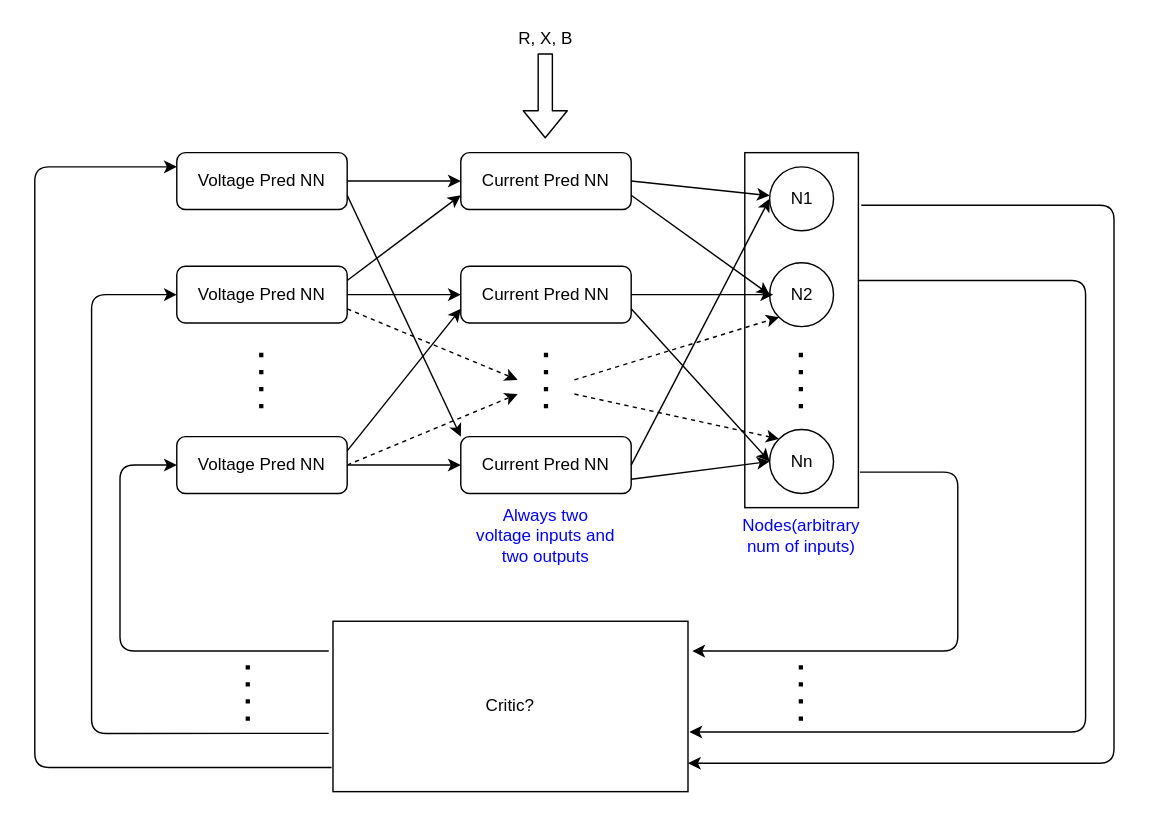
Before: Untitled Diagram.drawio in tanushBee/hello-world, a draw.io diagram. Source tidied: cells renumbered, new cells numbered last; positions are measured from the earlier drawing's top-left corner, leaving out a move shared by most shapes. Both pictures are drawn from the tidied source at 142%, with x=0, y=0 at pixel (34, 24).
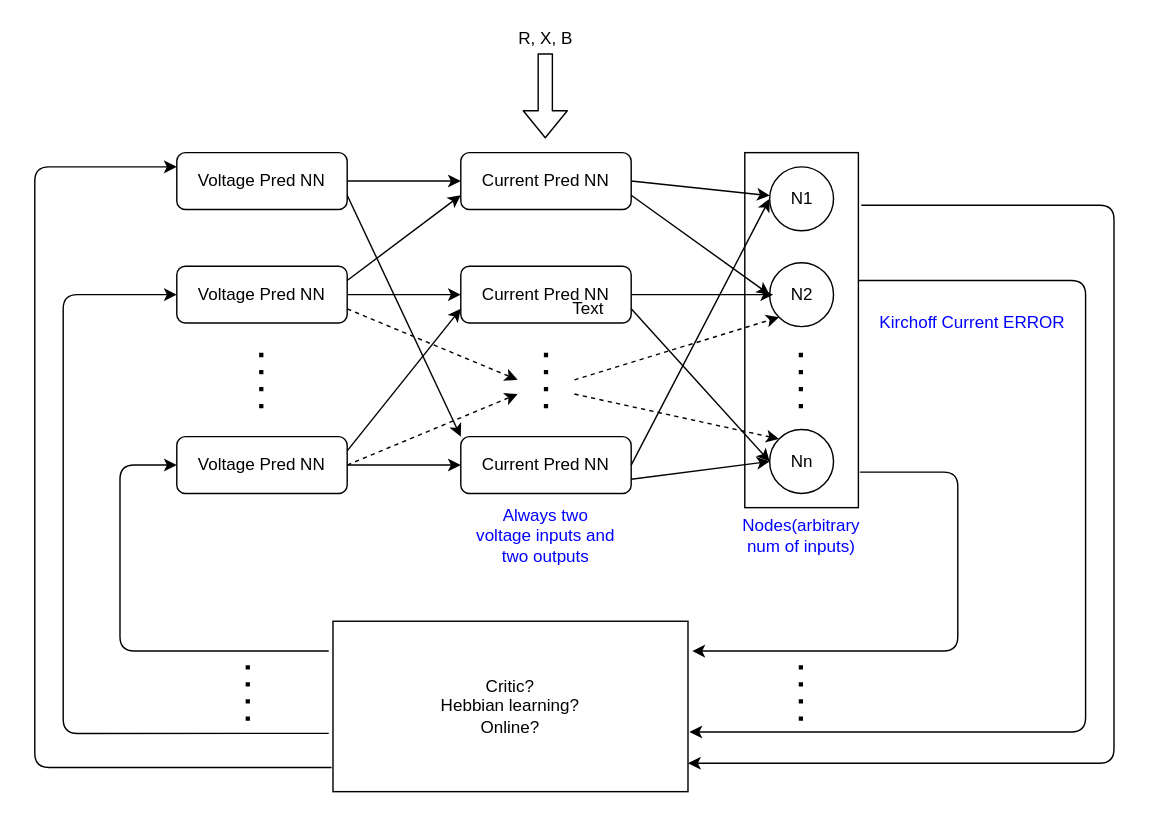
After the change.

Unchanged cells that the change refers to:
```xml
<mxCell id="5" value="Voltage Pred NN " style="rounded=1;whiteSpace=wrap;html=1;" parent="1" vertex="1">
  <mxGeometry x="100" y="170" width="120" height="40" as="geometry" />
</mxCell>
```

Diff of the diagram source:
```diff
@@
-    <mxCell id="35" value="Critic?" style="rounded=0;whiteSpace=wrap;html=1;" parent="1" vertex="1">
+    <mxCell id="35" value="&lt;div&gt;Critic?&lt;/div&gt;&lt;div&gt;Hebbian learning?&lt;/div&gt;&lt;div&gt;Online?&lt;br&gt;&lt;/div&gt;" style="rounded=0;whiteSpace=wrap;html=1;" parent="1" vertex="1">
       <mxGeometry x="210" y="420" width="250" height="120" as="geometry" />
     </mxCell>
@@
     <mxCell id="38" style="endArrow=classic;html=1;strokeWidth=1;exitX=-0.012;exitY=0.658;exitDx=0;exitDy=0;exitPerimeter=0;entryX=0;entryY=0.5;entryDx=0;entryDy=0;" parent="1" edge="1" source="35" target="5">
       <mxGeometry relative="1" as="geometry">
         <Array as="points">
-          <mxPoint x="40" y="499" />
-          <mxPoint x="40" y="190" />
+          <mxPoint x="20" y="499" />
+          <mxPoint x="20" y="190" />
         </Array>
       </mxGeometry>
     </mxCell>
@@
+    <mxCell id="44" value="Text" style="text;html=1;strokeColor=none;fillColor=none;align=center;verticalAlign=middle;whiteSpace=wrap;rounded=0;" parent="1" vertex="1">
+      <mxGeometry x="370" y="190" width="40" height="20" as="geometry" />
+    </mxCell>
+    <mxCell id="45" value="&lt;font color=&quot;#0000FF&quot;&gt;Kirchoff Current ERROR&lt;/font&gt;" style="text;html=1;align=center;verticalAlign=middle;" parent="1" vertex="1">
+      <mxGeometry x="585" y="200" width="150" height="20" as="geometry" />
+    </mxCell>
```
